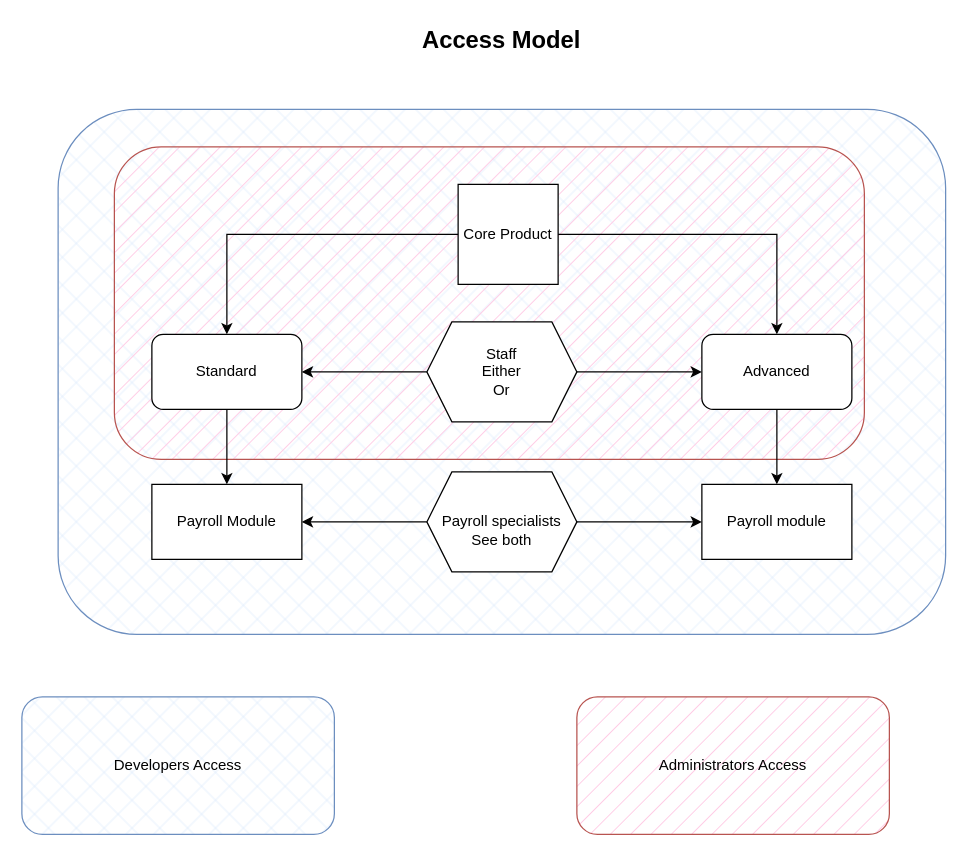
MeShango/MeShango keeps this draw.io diagram as Untitled Diagram.drawio. Above is the earlier version. Source tidied: cells renumbered, new cells numbered last; positions are measured from the earlier drawing's top-left corner, leaving out a move shared by most shapes. Both pictures are drawn from the tidied source at 125%, with x=0, y=0 at pixel (21, 21).
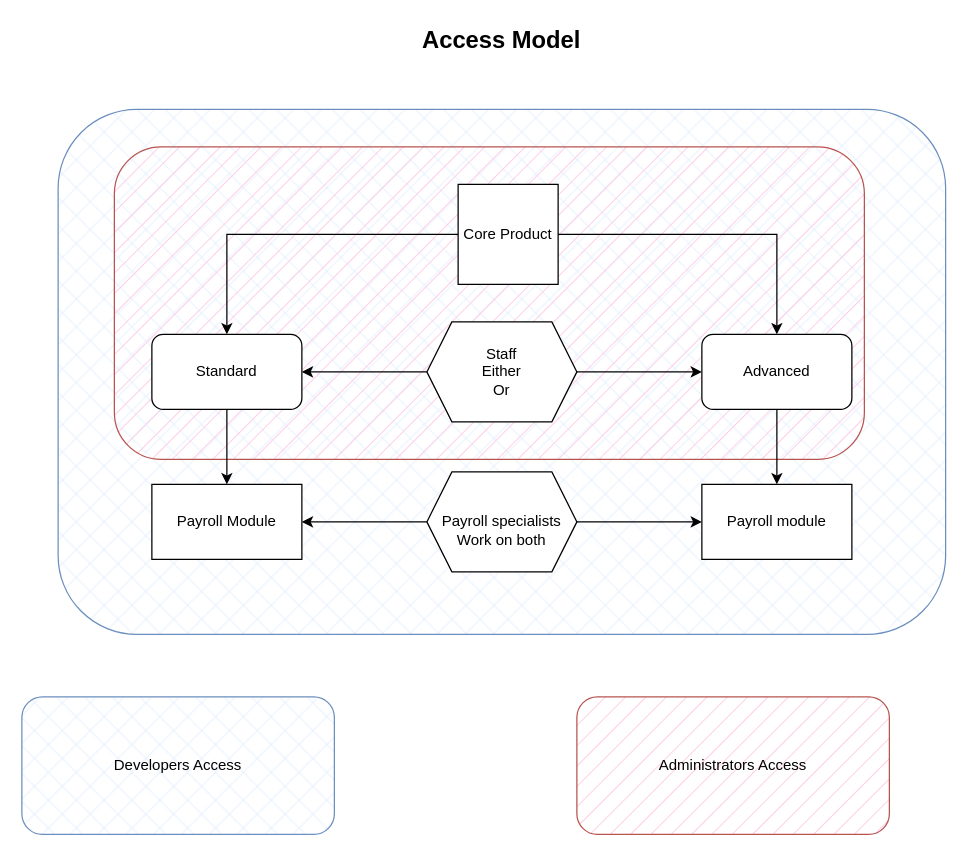
The same diagram, later.

Diff of the diagram source:
```diff
@@
-    <mxCell id="14" value="&lt;div&gt;&lt;br&gt;&lt;/div&gt;&lt;div&gt;Payroll specialists&lt;/div&gt;&lt;div&gt;See both&lt;br&gt;&lt;/div&gt;" style="shape=hexagon;perimeter=hexagonPerimeter2;whiteSpace=wrap;html=1;fixedSize=1;" parent="1" vertex="1">
+    <mxCell id="14" value="&lt;div&gt;&lt;br&gt;&lt;/div&gt;&lt;div&gt;Payroll specialists&lt;/div&gt;&lt;div&gt;Work on both&lt;br&gt;&lt;/div&gt;" style="shape=hexagon;perimeter=hexagonPerimeter2;whiteSpace=wrap;html=1;fixedSize=1;" parent="1" vertex="1">
       <mxGeometry x="324" y="360" width="120" height="80" as="geometry" />
     </mxCell>
```
